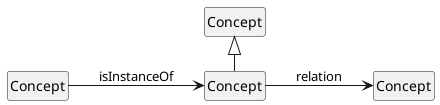
Before: media/concepts_relations.png, a diagram exported from PlantUML (jeswr/dpv). Its diagram source:
```plantuml
@startuml
!include style.plantuml
left to right direction

class c1 as "Concept"
class c2 as "Concept"
class c3 as "Concept"
class c4 as "Concept"
c1 <|- c3
c2 --> c3 : "isInstanceOf"
c3 --> c4 : relation

@enduml
```
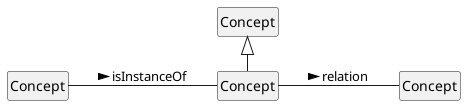
After the change.

What changed in the source:
```diff
@@ -7,7 +7,7 @@
 class c3 as "Concept"
 class c4 as "Concept"
 c1 <|- c3
-c2 --> c3 : "isInstanceOf"
-c3 --> c4 : relation
+c2 -- c3 : isInstanceOf >
+c3 -- c4 : relation >
 
 @enduml
```
